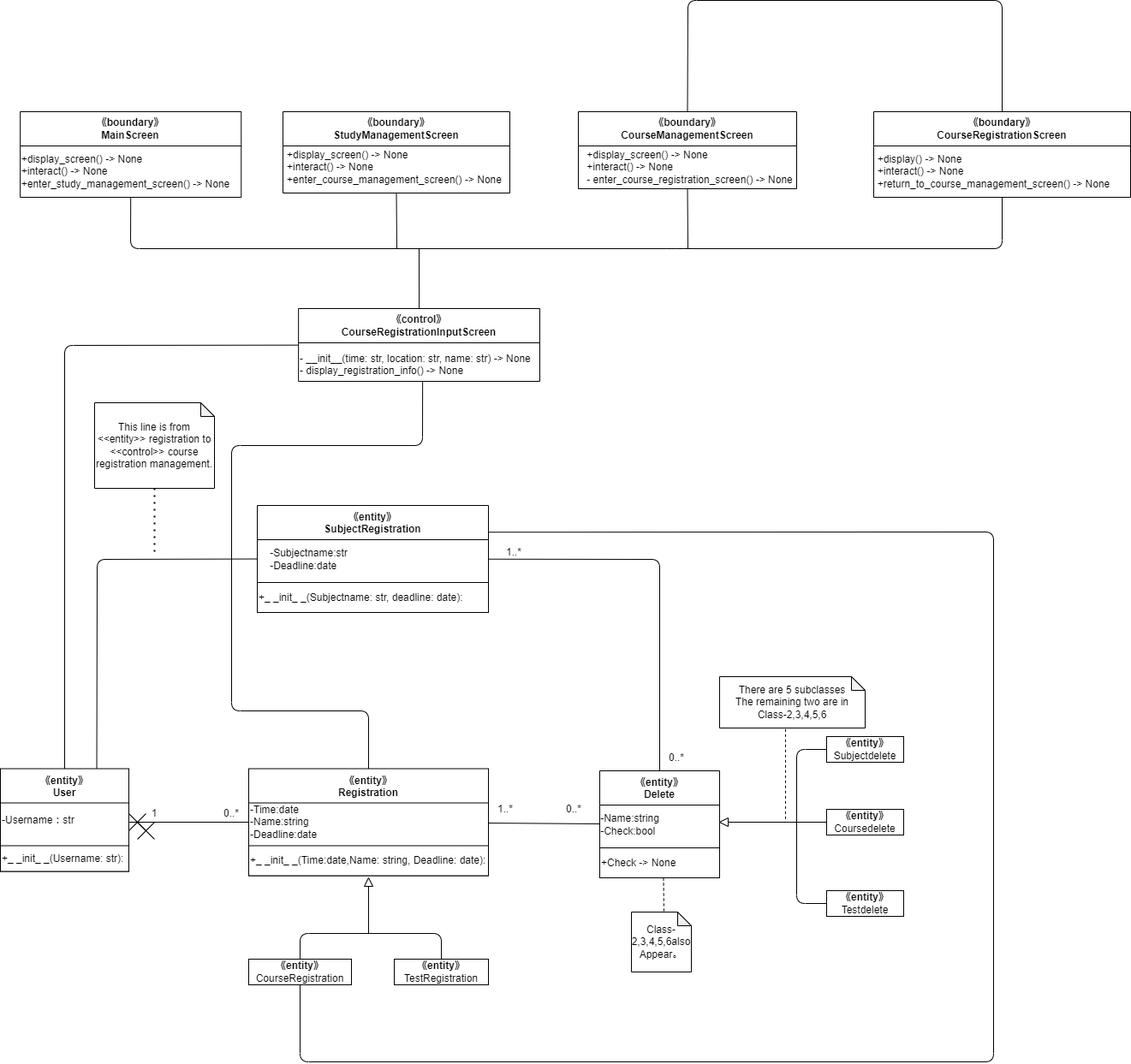
Earlier version of the draw.io export 設計Class1.drawio.png (Hu-Hanxu/First-App-Self-Management-). Source tidied: cells renumbered, new cells last; positions are measured from the earlier drawing's top-left corner, leaving out a move shared by most shapes.
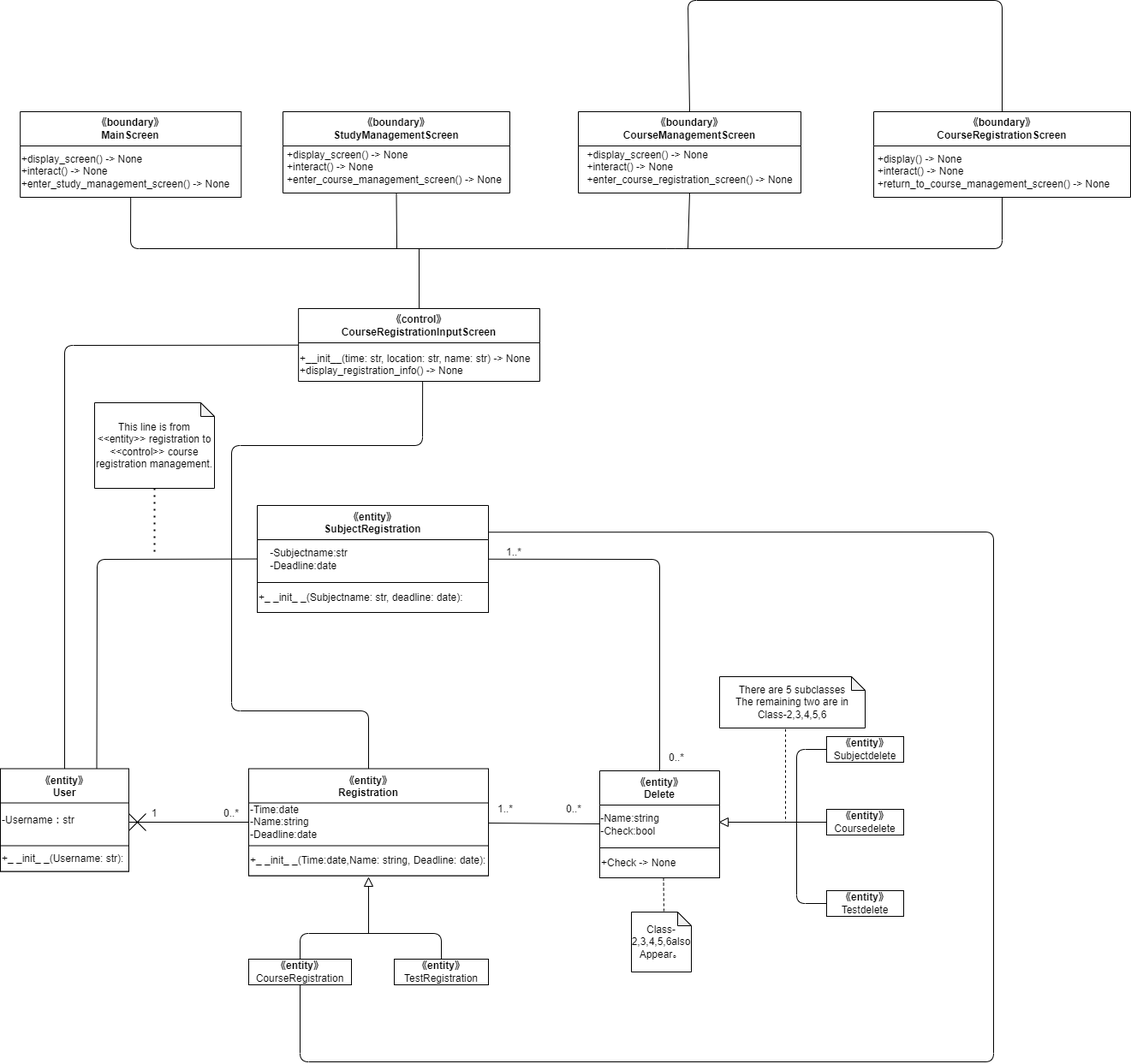
The same file after the commit.

Diff of the diagram source:
```diff
@@ -137,7 +137,7 @@
     <mxCell id="38" value="&lt;span style=&quot;&quot;&gt;《control》&lt;br&gt;CourseRegistrationInputScreen&lt;br&gt;&lt;/span&gt;" style="swimlane;whiteSpace=wrap;html=1;startSize=40;" parent="1" vertex="1">
       <mxGeometry x="348.1" y="360" width="281.9" height="85" as="geometry" />
     </mxCell>
-    <mxCell id="39" value="- __init__(time: str, location: str, name: str) -&amp;gt; None &lt;br&gt;- display_registration_info() -&amp;gt; None" style="text;whiteSpace=wrap;html=1;" parent="38" vertex="1">
+    <mxCell id="39" value="+__init__(time: str, location: str, name: str) -&amp;gt; None &lt;br&gt;+display_registration_info() -&amp;gt; None" style="text;whiteSpace=wrap;html=1;" parent="38" vertex="1">
       <mxGeometry y="45" width="290" height="40" as="geometry" />
     </mxCell>
     <mxCell id="40" style="endArrow=none;html=1;exitX=0.5;exitY=0;exitDx=0;exitDy=0;entryX=0.5;entryY=1;entryDx=0;entryDy=0;" parent="1" edge="1" source="11" target="39">
@@ -194,9 +194,9 @@
       <mxGeometry x="-5" y="35" width="270" height="60" as="geometry" />
     </mxCell>
     <mxCell id="50" value="《boundary》&lt;br&gt;CourseManagementScreen" style="swimlane;whiteSpace=wrap;html=1;startSize=40;" parent="1" vertex="1">
-      <mxGeometry x="675" y="130" width="255" height="90" as="geometry" />
+      <mxGeometry x="675" y="130" width="260" height="95" as="geometry" />
     </mxCell>
-    <mxCell id="51" value="&lt;div style=&quot;text-align: left;&quot;&gt;+display_screen() -&amp;gt; None&amp;nbsp;&lt;/div&gt;&lt;div style=&quot;text-align: left;&quot;&gt;+interact() -&amp;gt; None&lt;/div&gt;&lt;div style=&quot;text-align: left;&quot;&gt;- enter_course_registration_screen() -&amp;gt; None&lt;br&gt;&lt;/div&gt;" style="text;html=1;align=center;verticalAlign=middle;strokeColor=none;fillColor=none;" parent="50" vertex="1">
+    <mxCell id="51" value="&lt;div style=&quot;text-align: left;&quot;&gt;+display_screen() -&amp;gt; None&amp;nbsp;&lt;/div&gt;&lt;div style=&quot;text-align: left;&quot;&gt;+interact() -&amp;gt; None&lt;/div&gt;&lt;div style=&quot;text-align: left;&quot;&gt;+enter_course_registration_screen() -&amp;gt; None&lt;br&gt;&lt;/div&gt;" style="text;html=1;align=center;verticalAlign=middle;strokeColor=none;fillColor=none;" parent="50" vertex="1">
       <mxGeometry y="35" width="260" height="60" as="geometry" />
     </mxCell>
     <mxCell id="52" value="《boundary》&lt;br&gt;CourseRegistrationScreen" style="swimlane;whiteSpace=wrap;html=1;startSize=40;" parent="1" vertex="1">
@@ -252,20 +252,5 @@
         <mxPoint x="20" as="targetPoint" />
       </mxGeometry>
     </mxCell>
-    <mxCell id="62" style="group;" parent="1" vertex="1">
-      <mxGeometry x="160" y="960" width="20" height="20" as="geometry" />
-    </mxCell>
-    <mxCell id="63" style="endArrow=none;html=1;" parent="62" edge="1">
-      <mxGeometry relative="1" as="geometry">
-        <mxPoint as="sourcePoint" />
-        <mxPoint x="20" y="20" as="targetPoint" />
-      </mxGeometry>
-    </mxCell>
-    <mxCell id="64" style="endArrow=none;html=1;" parent="62" edge="1">
-      <mxGeometry relative="1" as="geometry">
-        <mxPoint y="20" as="sourcePoint" />
-        <mxPoint x="20" as="targetPoint" />
-      </mxGeometry>
-    </mxCell>
   </root>
 </mxGraphModel>
```
